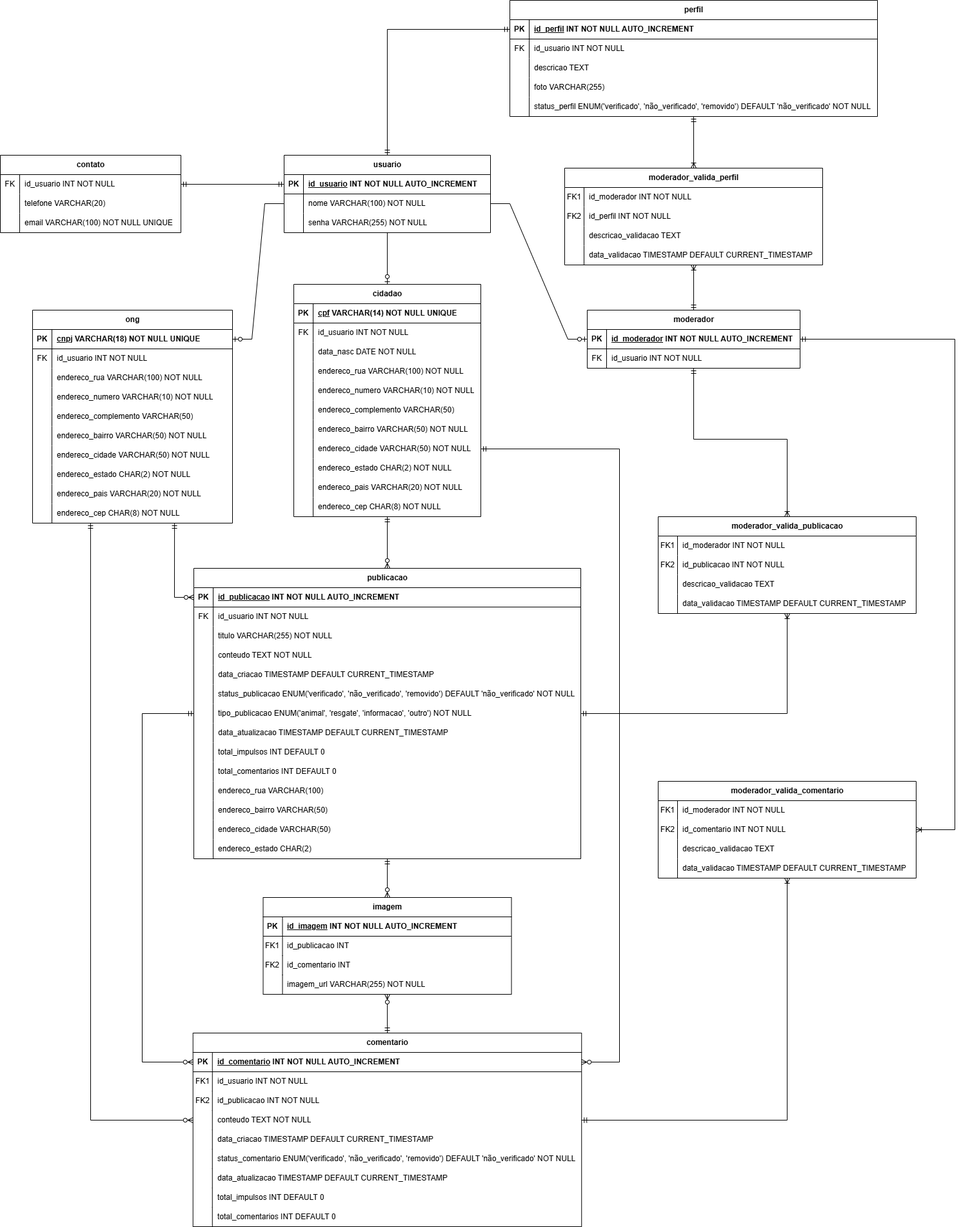
Before: DOCUMENTACAO/PetMap - Modelo Logico.drawio.png, a diagram exported from draw.io (arthurpansera/PetMap). Source tidied: cells renumbered, new cells last; positions are measured from the earlier drawing's top-left corner, leaving out a move shared by most shapes.
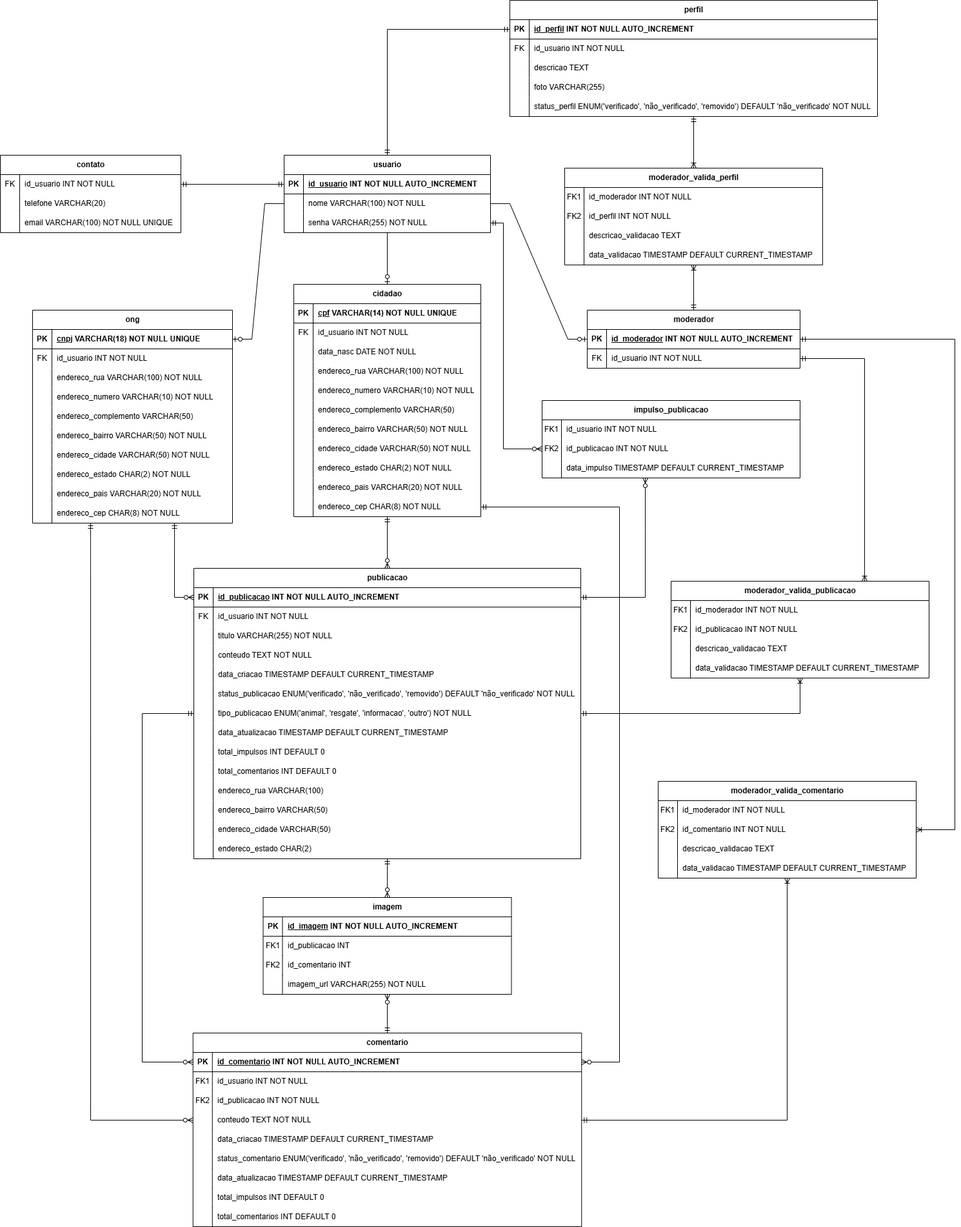
The same file after the commit.

Diff of the diagram source:
```diff
@@ -466,7 +466,12 @@
       <mxGeometry relative="1" as="geometry" />
     </mxCell>
     <mxCell id="155" style="edgeStyle=entityRelationEdgeStyle;fontSize=12;html=1;endArrow=ERzeroToOne;endFill=1;rounded=0;exitX=1;exitY=0.5;exitDx=0;exitDy=0;entryX=0;entryY=0.5;entryDx=0;entryDy=0;" parent="1" edge="1" source="6" target="23">
-      <mxGeometry relative="1" as="geometry" />
+      <mxGeometry relative="1" as="geometry">
+        <Array as="points">
+          <mxPoint x="820" y="315" />
+          <mxPoint x="850" y="410" />
+        </Array>
+      </mxGeometry>
     </mxCell>
     <mxCell id="156" style="edgeStyle=entityRelationEdgeStyle;fontSize=12;html=1;endArrow=ERzeroToOne;endFill=1;rounded=0;exitX=0;exitY=0.5;exitDx=0;exitDy=0;entryX=1;entryY=0.5;entryDx=0;entryDy=0;" parent="1" edge="1" source="6" target="30">
       <mxGeometry relative="1" as="geometry" />
@@ -628,11 +633,11 @@
         </Array>
       </mxGeometry>
     </mxCell>
-    <mxCell id="205" style="endArrow=ERmandOne;html=1;rounded=0;entryX=1;entryY=0.5;entryDx=0;entryDy=0;exitX=1;exitY=0.5;exitDx=0;exitDy=0;startArrow=ERzeroToMany;startFill=0;endFill=0;" parent="1" edge="1" source="161" target="82">
+    <mxCell id="205" style="endArrow=ERmandOne;html=1;rounded=0;entryX=1;entryY=0.5;entryDx=0;entryDy=0;exitX=1;exitY=0.5;exitDx=0;exitDy=0;startArrow=ERzeroToMany;startFill=0;endFill=0;" parent="1" edge="1" source="161" target="91">
       <mxGeometry relative="1" as="geometry">
         <Array as="points">
           <mxPoint x="960" y="1645" />
-          <mxPoint x="960" y="695" />
+          <mxPoint x="960" y="785" />
         </Array>
       </mxGeometry>
     </mxCell>
@@ -646,7 +651,7 @@
     <mxCell id="207" style="endArrow=ERoneToMany;html=1;rounded=0;exitX=1;exitY=0.5;exitDx=0;exitDy=0;startArrow=ERmandOne;startFill=0;endFill=0;" parent="1" edge="1" source="129" target="233">
       <mxGeometry relative="1" as="geometry">
         <Array as="points">
-          <mxPoint x="1220" y="1105" />
+          <mxPoint x="1240" y="1105" />
         </Array>
       </mxGeometry>
     </mxCell>
@@ -696,7 +701,7 @@
       <mxGeometry relative="1" as="geometry" />
     </mxCell>
     <mxCell id="223" value="moderador_valida_publicacao" style="shape=table;startSize=30;rowLines=0;fontStyle=1;align=center;html=1;" parent="1" vertex="1">
-      <mxGeometry x="1020" y="800" width="400" height="150" as="geometry" />
+      <mxGeometry x="1040" y="900" width="400" height="150" as="geometry" />
     </mxCell>
     <mxCell id="224" style="shape=tableRow;horizontal=0;startSize=0;swimlaneHead=0;swimlaneBody=0;fillColor=none;top=0;left=0;right=0;bottom=0;" parent="223" vertex="1">
       <mxGeometry y="30" width="400" height="30" as="geometry" />
@@ -734,11 +739,10 @@
     <mxCell id="235" value="data_validacao TIMESTAMP DEFAULT CURRENT_TIMESTAMP" style="shape=partialRectangle;fillColor=none;top=0;left=0;bottom=0;right=0;align=left;spacingLeft=6;overflow=hidden;whiteSpace=wrap;html=1;" parent="233" vertex="1">
       <mxGeometry x="30" width="370" height="30" as="geometry" />
     </mxCell>
-    <mxCell id="236" style="endArrow=ERmandOne;html=1;rounded=0;exitX=0.5;exitY=0;exitDx=0;exitDy=0;startArrow=ERoneToMany;startFill=0;endFill=0;" parent="1" edge="1" source="223" target="26">
+    <mxCell id="236" style="endArrow=ERmandOne;html=1;rounded=0;exitX=0.75;exitY=0;exitDx=0;exitDy=0;startArrow=ERoneToMany;startFill=0;endFill=0;entryX=1;entryY=0.5;entryDx=0;entryDy=0;" parent="1" edge="1" source="223" target="26">
       <mxGeometry relative="1" as="geometry">
         <Array as="points">
-          <mxPoint x="1220" y="680" />
-          <mxPoint x="1075" y="680" />
+          <mxPoint x="1340" y="555" />
         </Array>
       </mxGeometry>
     </mxCell>
@@ -789,5 +793,51 @@
         </Array>
       </mxGeometry>
     </mxCell>
+    <mxCell id="251" value="impulso_publicacao" style="shape=table;startSize=30;rowLines=0;fontStyle=1;align=center;html=1;" parent="1" vertex="1">
+      <mxGeometry x="840" y="620" width="400" height="120" as="geometry" />
+    </mxCell>
+    <mxCell id="252" style="shape=tableRow;horizontal=0;startSize=0;swimlaneHead=0;swimlaneBody=0;fillColor=none;top=0;left=0;right=0;bottom=0;" parent="251" vertex="1">
+      <mxGeometry y="30" width="400" height="30" as="geometry" />
+    </mxCell>
+    <mxCell id="253" value="FK1" style="shape=partialRectangle;fillColor=none;top=0;left=0;bottom=0;right=0;overflow=hidden;whiteSpace=wrap;html=1;" parent="252" vertex="1">
+      <mxGeometry width="30" height="30" as="geometry" />
+    </mxCell>
+    <mxCell id="254" value="id_usuario INT NOT NULL" style="shape=partialRectangle;fillColor=none;top=0;left=0;bottom=0;right=0;align=left;spacingLeft=6;overflow=hidden;whiteSpace=wrap;html=1;" parent="252" vertex="1">
+      <mxGeometry x="30" width="370" height="30" as="geometry" />
+    </mxCell>
+    <mxCell id="255" style="shape=tableRow;horizontal=0;startSize=0;swimlaneHead=0;swimlaneBody=0;fillColor=none;points=[[0,0.5],[1,0.5]];portConstraint=eastwest;top=0;left=0;right=0;bottom=0;" parent="251" vertex="1">
+      <mxGeometry y="60" width="400" height="30" as="geometry" />
+    </mxCell>
+    <mxCell id="256" value="FK2" style="shape=partialRectangle;fillColor=none;top=0;left=0;bottom=0;right=0;overflow=hidden;whiteSpace=wrap;html=1;" parent="255" vertex="1">
+      <mxGeometry width="30" height="30" as="geometry" />
+    </mxCell>
+    <mxCell id="257" value="id_publicacao INT NOT NULL" style="shape=partialRectangle;fillColor=none;top=0;left=0;bottom=0;right=0;align=left;spacingLeft=6;overflow=hidden;whiteSpace=wrap;html=1;" parent="255" vertex="1">
+      <mxGeometry x="30" width="370" height="30" as="geometry" />
+    </mxCell>
+    <mxCell id="258" style="shape=tableRow;horizontal=0;startSize=0;swimlaneHead=0;swimlaneBody=0;fillColor=none;points=[[0,0.5],[1,0.5]];portConstraint=eastwest;top=0;left=0;right=0;bottom=0;" parent="251" vertex="1">
+      <mxGeometry y="90" width="400" height="30" as="geometry" />
+    </mxCell>
+    <mxCell id="259" style="shape=partialRectangle;fillColor=none;top=0;left=0;bottom=0;right=0;overflow=hidden;whiteSpace=wrap;html=1;" parent="258" vertex="1">
+      <mxGeometry width="30" height="30" as="geometry" />
+    </mxCell>
+    <mxCell id="260" value="data_impulso TIMESTAMP DEFAULT CURRENT_TIMESTAMP" style="shape=partialRectangle;fillColor=none;top=0;left=0;bottom=0;right=0;align=left;spacingLeft=6;overflow=hidden;whiteSpace=wrap;html=1;" parent="258" vertex="1">
+      <mxGeometry x="30" width="370" height="30" as="geometry" />
+    </mxCell>
+    <mxCell id="261" style="endArrow=ERmandOne;html=1;rounded=0;exitX=0;exitY=0.5;exitDx=0;exitDy=0;startArrow=ERzeroToMany;startFill=0;endFill=0;entryX=1;entryY=0.5;entryDx=0;entryDy=0;" parent="1" edge="1" source="255" target="9">
+      <mxGeometry relative="1" as="geometry">
+        <Array as="points">
+          <mxPoint x="780" y="695" />
+          <mxPoint x="780" y="345" />
+        </Array>
+      </mxGeometry>
+    </mxCell>
+    <mxCell id="262" style="endArrow=ERmandOne;html=1;rounded=0;startArrow=ERzeroToMany;startFill=0;endFill=0;entryX=1;entryY=0.5;entryDx=0;entryDy=0;exitX=0.4;exitY=1;exitDx=0;exitDy=0;exitPerimeter=0;" parent="1" edge="1" source="258" target="111">
+      <mxGeometry relative="1" as="geometry">
+        <Array as="points">
+          <mxPoint x="1000" y="820" />
+          <mxPoint x="1000" y="925" />
+        </Array>
+      </mxGeometry>
+    </mxCell>
   </root>
 </mxGraphModel>
```
